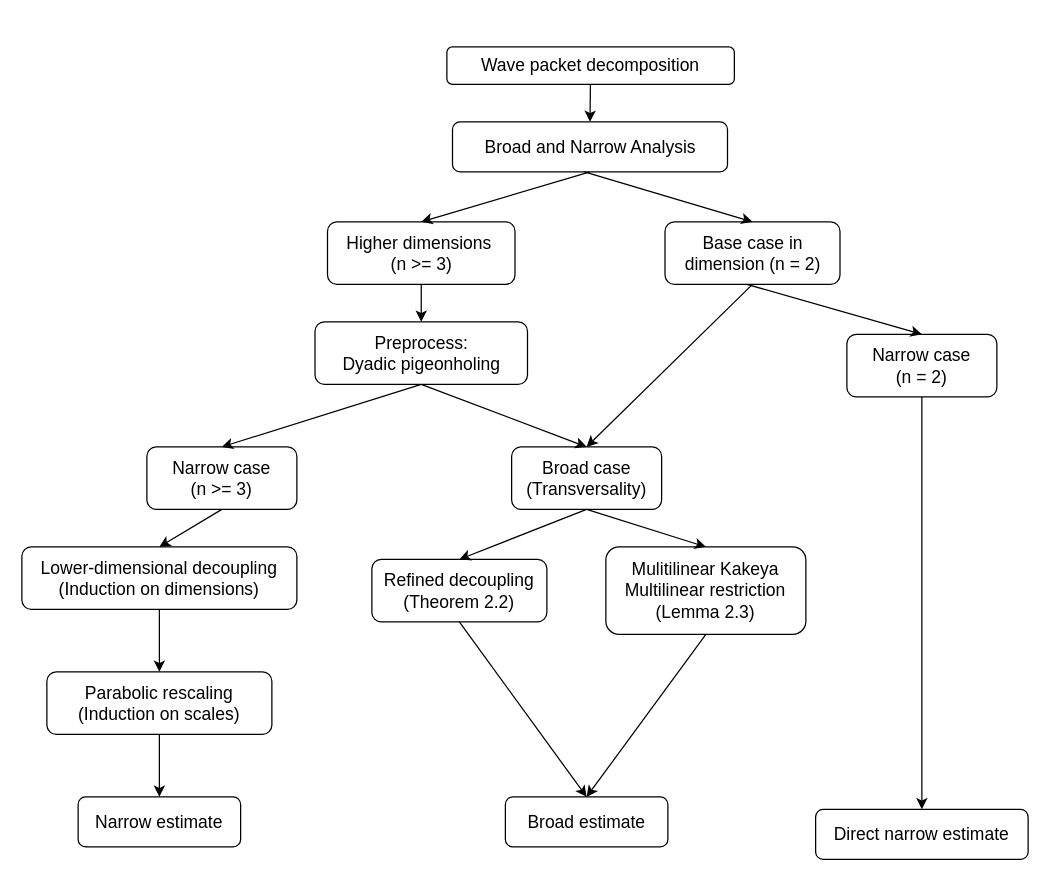
Before: Untitled Diagram.drawio in lucid-sleepwalker/CPSC-210-Diagram, a draw.io diagram. Source tidied: cells renumbered, new cells numbered last; positions are measured from the earlier drawing's top-left corner, leaving out a move shared by most shapes. Both pictures are drawn from the tidied source at 125%, with x=0, y=0 at pixel (21, 46).
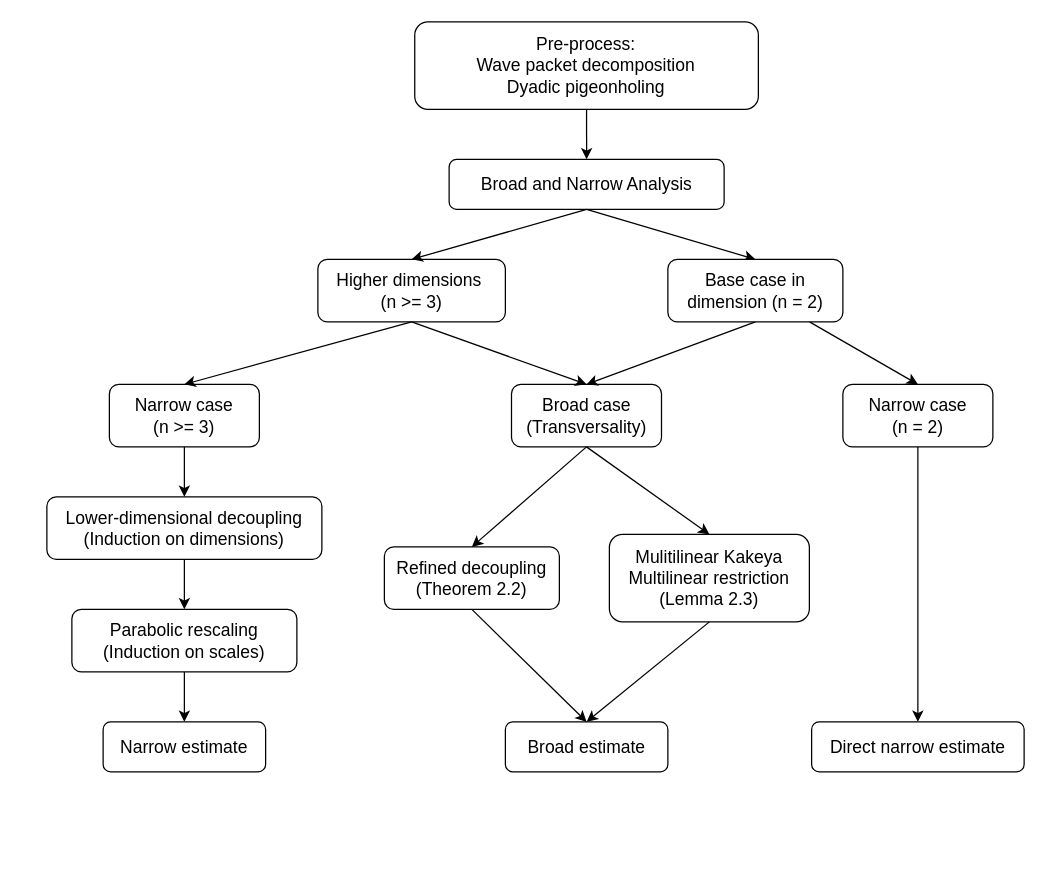
After the change.

The edit, as a diff of the source:
```diff
@@
-    <mxCell id="2" value="&lt;div&gt;&lt;font style=&quot;font-size: 14px;&quot;&gt;Wave packet decomposition&lt;/font&gt;&lt;/div&gt;" style="rounded=1;whiteSpace=wrap;html=1;" parent="1" vertex="1">
-      <mxGeometry x="340" width="230" height="30" as="geometry" />
-    </mxCell>
     <mxCell id="3" value="&lt;font style=&quot;font-size: 14px;&quot;&gt;Broad and Narrow Analysis&lt;/font&gt;" style="rounded=1;whiteSpace=wrap;html=1;" parent="1" vertex="1">
-      <mxGeometry x="344.5" y="60" width="220" height="40" as="geometry" />
+      <mxGeometry x="341.8" y="90" width="220" height="40" as="geometry" />
     </mxCell>
-    <mxCell id="4" style="endArrow=classic;html=1;rounded=0;entryX=0.5;entryY=0;entryDx=0;entryDy=0;" parent="1" edge="1" source="2" target="3">
+    <mxCell id="4" style="endArrow=classic;html=1;rounded=0;entryX=0.5;entryY=0;entryDx=0;entryDy=0;exitX=0.5;exitY=1;exitDx=0;exitDy=0;" parent="1" edge="1" source="32" target="3">
       <mxGeometry relative="1" as="geometry" />
     </mxCell>
-    <mxCell id="5" value="&lt;font style=&quot;font-size: 14px;&quot;&gt;Base case in dimension (n = 2)&lt;/font&gt;" style="rounded=1;whiteSpace=wrap;html=1;" parent="1" vertex="1">
-      <mxGeometry x="514.5" y="140" width="140" height="50" as="geometry" />
-    </mxCell>
-    <mxCell id="6" style="edgeStyle=orthogonalEdgeStyle;rounded=0;jettySize=auto;html=1;exitX=0.5;exitY=1;exitDx=0;exitDy=0;entryX=0.5;entryY=0;entryDx=0;entryDy=0;" parent="1" edge="1" source="7" target="32">
-      <mxGeometry relative="1" as="geometry" />
-    </mxCell>
     <mxCell id="7" value="&lt;font style=&quot;font-size: 14px;&quot;&gt;Higher dimensions&amp;nbsp;&lt;/font&gt;&lt;div&gt;&lt;font style=&quot;font-size: 14px;&quot;&gt;(n &amp;gt;= 3)&lt;/font&gt;&lt;/div&gt;" style="rounded=1;whiteSpace=wrap;html=1;" parent="1" vertex="1">
-      <mxGeometry x="244.5" y="140" width="150" height="50" as="geometry" />
+      <mxGeometry x="236.8" y="170" width="150" height="50" as="geometry" />
     </mxCell>
     <mxCell id="8" value="&lt;font style=&quot;font-size: 14px;&quot;&gt;Broad case&lt;/font&gt;&lt;div&gt;&lt;font style=&quot;font-size: 14px;&quot;&gt;(Transversality)&lt;/font&gt;&lt;/div&gt;" style="rounded=1;whiteSpace=wrap;html=1;" parent="1" vertex="1">
-      <mxGeometry x="391.8" y="320" width="120" height="50" as="geometry" />
+      <mxGeometry x="391.7" y="270" width="120" height="50" as="geometry" />
     </mxCell>
     <mxCell id="9" value="&lt;font style=&quot;font-size: 14px;&quot;&gt;Narrow case&lt;/font&gt;&lt;div&gt;&lt;font style=&quot;font-size: 14px;&quot;&gt;(n &amp;gt;= 3)&lt;/font&gt;&lt;/div&gt;" style="rounded=1;whiteSpace=wrap;html=1;" parent="1" vertex="1">
-      <mxGeometry x="100" y="320" width="120" height="50" as="geometry" />
+      <mxGeometry x="70" y="270" width="120" height="50" as="geometry" />
     </mxCell>
     <mxCell id="10" value="&lt;font style=&quot;font-size: 14px;&quot;&gt;Narrow case&lt;/font&gt;&lt;div&gt;&lt;font style=&quot;font-size: 14px;&quot;&gt;(n = 2)&lt;/font&gt;&lt;/div&gt;" style="rounded=1;whiteSpace=wrap;html=1;" parent="1" vertex="1">
-      <mxGeometry x="660" y="230" width="120" height="50" as="geometry" />
+      <mxGeometry x="656.8" y="270" width="120" height="50" as="geometry" />
     </mxCell>
@@
-    <mxCell id="12" style="endArrow=classic;html=1;rounded=0;entryX=0.5;entryY=0;entryDx=0;entryDy=0;" parent="1" edge="1" target="5">
-      <mxGeometry relative="1" as="geometry">
-        <mxPoint x="450" y="100" as="sourcePoint" />
-      </mxGeometry>
+    <mxCell id="12" style="endArrow=classic;html=1;rounded=0;entryX=0.5;entryY=0;entryDx=0;entryDy=0;exitX=0.5;exitY=1;exitDx=0;exitDy=0;" parent="1" edge="1" source="3" target="5">
+      <mxGeometry relative="1" as="geometry" />
     </mxCell>
-    <mxCell id="13" style="endArrow=classic;html=1;rounded=0;entryX=0.5;entryY=0;entryDx=0;entryDy=0;exitX=0.5;exitY=1;exitDx=0;exitDy=0;" parent="1" edge="1" source="32" target="8">
+    <mxCell id="13" style="endArrow=classic;html=1;rounded=0;entryX=0.5;entryY=0;entryDx=0;entryDy=0;exitX=0.5;exitY=1;exitDx=0;exitDy=0;" parent="1" edge="1" source="7" target="8">
       <mxGeometry relative="1" as="geometry" />
     </mxCell>
@@
-    <mxCell id="15" style="endArrow=classic;html=1;rounded=0;exitX=0.5;exitY=1;exitDx=0;exitDy=0;entryX=0.5;entryY=0;entryDx=0;entryDy=0;" parent="1" edge="1" source="32" target="9">
+    <mxCell id="15" style="endArrow=classic;html=1;rounded=0;exitX=0.5;exitY=1;exitDx=0;exitDy=0;entryX=0.5;entryY=0;entryDx=0;entryDy=0;" parent="1" edge="1" source="7" target="9">
       <mxGeometry relative="1" as="geometry" />
     </mxCell>
-    <mxCell id="16" style="endArrow=classic;html=1;rounded=0;entryX=0.5;entryY=0;entryDx=0;entryDy=0;" parent="1" edge="1" target="10">
-      <mxGeometry relative="1" as="geometry">
-        <mxPoint x="580" y="190" as="sourcePoint" />
-      </mxGeometry>
+    <mxCell id="16" style="endArrow=classic;html=1;rounded=0;entryX=0.5;entryY=0;entryDx=0;entryDy=0;" parent="1" edge="1" source="5" target="10">
+      <mxGeometry relative="1" as="geometry" />
     </mxCell>
     <mxCell id="17" value="&lt;font style=&quot;font-size: 14px;&quot;&gt;Mulitilinear Kakeya&lt;/font&gt;&lt;div&gt;&lt;font style=&quot;font-size: 14px;&quot;&gt;Multilinear restriction&lt;/font&gt;&lt;/div&gt;&lt;div&gt;&lt;font style=&quot;font-size: 14px;&quot;&gt;(Lemma 2.3)&lt;/font&gt;&lt;/div&gt;" style="rounded=1;whiteSpace=wrap;html=1;" parent="1" vertex="1">
-      <mxGeometry x="467.2" y="400" width="160" height="70" as="geometry" />
+      <mxGeometry x="470" y="390" width="160" height="70" as="geometry" />
     </mxCell>
     <mxCell id="18" value="&lt;font style=&quot;font-size: 14px;&quot;&gt;Refined decoupling&lt;/font&gt;&lt;div&gt;&lt;font style=&quot;font-size: 14px;&quot;&gt;(Theorem 2.2)&lt;/font&gt;&lt;/div&gt;" style="rounded=1;whiteSpace=wrap;html=1;" parent="1" vertex="1">
-      <mxGeometry x="280" y="410" width="140" height="50" as="geometry" />
+      <mxGeometry x="290" y="400" width="140" height="50" as="geometry" />
     </mxCell>
     <mxCell id="19" value="&lt;font style=&quot;font-size: 14px;&quot;&gt;Lower-dimensional decoupling&lt;/font&gt;&lt;div&gt;&lt;font style=&quot;font-size: 14px;&quot;&gt;(Induction on dimensions)&lt;/font&gt;&lt;/div&gt;" style="rounded=1;whiteSpace=wrap;html=1;" parent="1" vertex="1">
-      <mxGeometry y="400" width="220" height="50" as="geometry" />
+      <mxGeometry x="20" y="360" width="220" height="50" as="geometry" />
     </mxCell>
     <mxCell id="20" value="&lt;font style=&quot;font-size: 14px;&quot;&gt;Parabolic rescaling&lt;/font&gt;&lt;div&gt;&lt;font style=&quot;font-size: 14px;&quot;&gt;(Induction on scales)&lt;/font&gt;&lt;/div&gt;" style="rounded=1;whiteSpace=wrap;html=1;" parent="1" vertex="1">
-      <mxGeometry x="20" y="500" width="180" height="50" as="geometry" />
+      <mxGeometry x="40" y="450" width="180" height="50" as="geometry" />
     </mxCell>
     <mxCell id="21" value="&lt;font style=&quot;font-size: 14px;&quot;&gt;Direct narrow estimate&lt;/font&gt;" style="rounded=1;whiteSpace=wrap;html=1;" parent="1" vertex="1">
-      <mxGeometry x="635" y="610" width="170" height="40" as="geometry" />
+      <mxGeometry x="631.8" y="540" width="170" height="40" as="geometry" />
     </mxCell>
@@
     <mxCell id="26" value="&lt;font style=&quot;font-size: 14px;&quot;&gt;Broad estimate&lt;/font&gt;" style="rounded=1;whiteSpace=wrap;html=1;" parent="1" vertex="1">
-      <mxGeometry x="386.8" y="600" width="130" height="40" as="geometry" />
+      <mxGeometry x="386.8" y="540" width="130" height="40" as="geometry" />
     </mxCell>
@@
     <mxCell id="29" value="&lt;font style=&quot;font-size: 14px;&quot;&gt;Narrow estimate&lt;/font&gt;" style="rounded=1;whiteSpace=wrap;html=1;" parent="1" vertex="1">
-      <mxGeometry x="45" y="600" width="130" height="40" as="geometry" />
+      <mxGeometry x="65" y="540" width="130" height="40" as="geometry" />
     </mxCell>
@@
-    <mxCell id="32" value="&lt;span style=&quot;font-size: 14px;&quot;&gt;Preprocess:&lt;/span&gt;&lt;br&gt;&lt;div&gt;&lt;font style=&quot;font-size: 14px;&quot;&gt;Dyadic pigeonholing&lt;/font&gt;&lt;/div&gt;" style="rounded=1;whiteSpace=wrap;html=1;" parent="1" vertex="1">
-      <mxGeometry x="234.5" y="220" width="170" height="50" as="geometry" />
+    <mxCell id="32" value="&lt;span style=&quot;font-size: 14px;&quot;&gt;Pre-process:&lt;/span&gt;&lt;div&gt;&lt;span style=&quot;font-size: 14px;&quot;&gt;Wave packet decomposition&lt;br&gt;&lt;/span&gt;&lt;div&gt;&lt;font style=&quot;font-size: 14px;&quot;&gt;Dyadic pigeonholing&lt;/font&gt;&lt;/div&gt;&lt;/div&gt;" style="rounded=1;whiteSpace=wrap;html=1;" parent="1" vertex="1">
+      <mxGeometry x="314.3" y="-20" width="274.9" height="70" as="geometry" />
     </mxCell>
+    <mxCell id="5" value="&lt;font style=&quot;font-size: 14px;&quot;&gt;Base case in dimension (n = 2)&lt;/font&gt;" style="rounded=1;whiteSpace=wrap;html=1;" parent="1" vertex="1">
+      <mxGeometry x="516.8" y="170" width="140" height="50" as="geometry" />
+    </mxCell>
```
